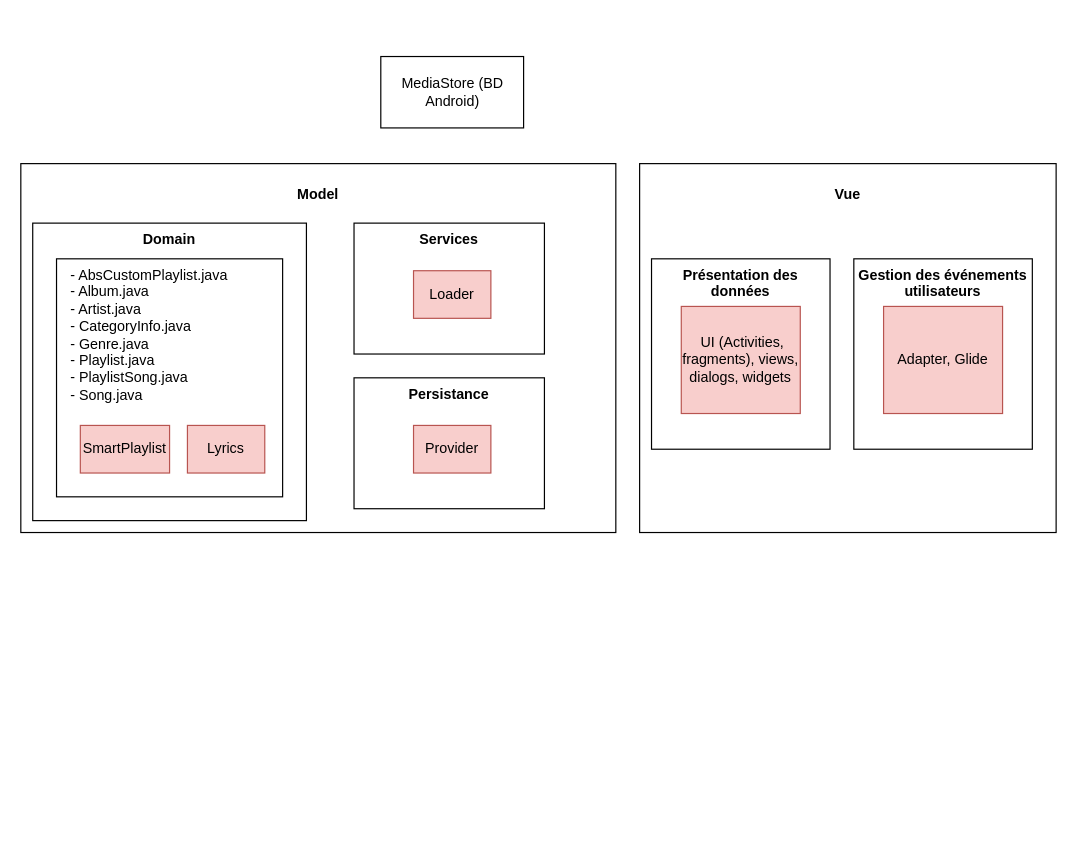
Above: Phonograph_diagram.drawio in ThisHobbit/Phonograph (draw.io), before the change. Source tidied: cells renumbered, new cells numbered last; positions are measured from the earlier drawing's top-left corner, leaving out a move shared by most shapes. Both pictures are drawn from the tidied source at 119%, with x=0, y=0 at pixel (20, 56).
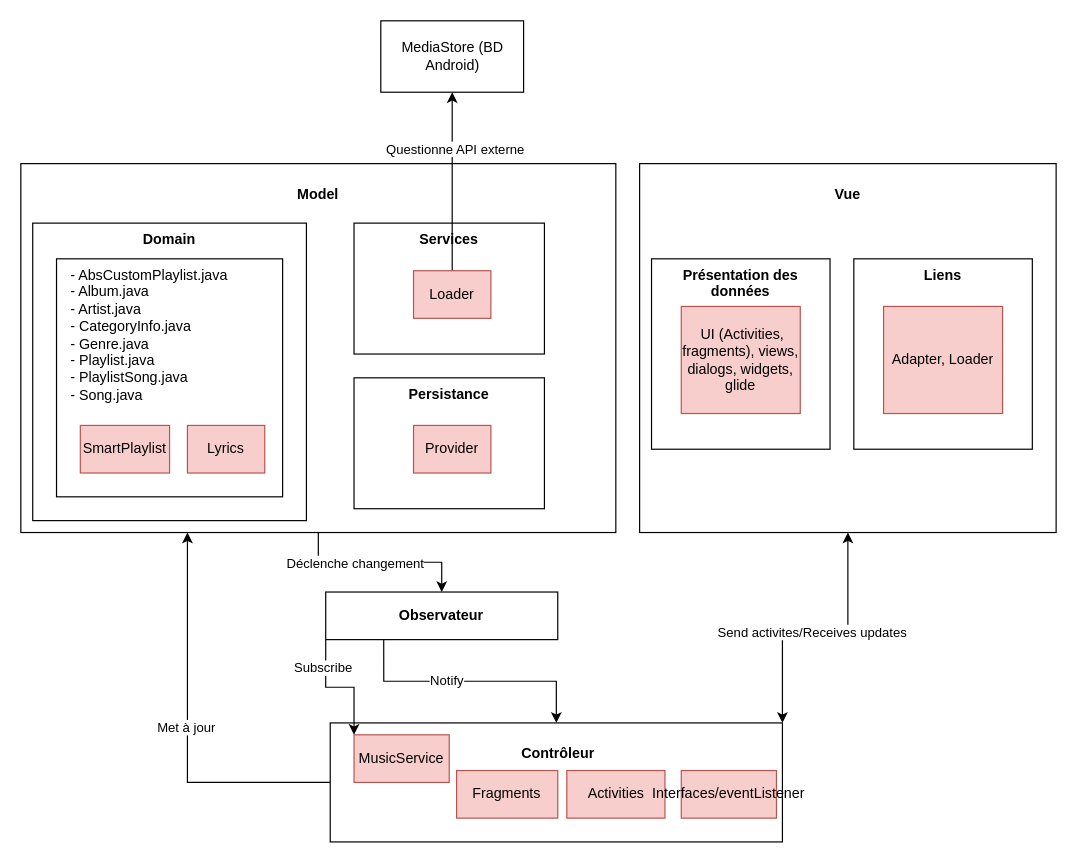
The same diagram, later.

Unchanged cells that the change refers to:
```xml
<mxCell id="2" value="&lt;div&gt;&lt;blockquote&gt;&lt;blockquote&gt;&lt;span style=&quot;color: light-dark(rgb(0, 0, 0), rgb(0, 0, 0));&quot;&gt;Model&lt;/span&gt;&lt;/blockquote&gt;&lt;/blockquote&gt;&lt;/div&gt;" style="rounded=0;whiteSpace=wrap;html=1;fillColor=light-dark(#FFFFFF,#FFE599);gradientColor=none;align=center;verticalAlign=top;fontStyle=1;" parent="1" vertex="1">
  <mxGeometry y="90" width="500" height="310" as="geometry" />
</mxCell>
<mxCell id="9" value="&lt;span style=&quot;color: light-dark(rgb(0, 0, 0), rgb(0, 0, 0));&quot;&gt;Loader&lt;/span&gt;" style="rounded=0;whiteSpace=wrap;html=1;fillColor=light-dark(#F8CECC,#CC99FF);strokeColor=#b85450;" parent="1" vertex="1">
  <mxGeometry x="330" y="180" width="65" height="40" as="geometry" />
</mxCell>
<mxCell id="13" value="&lt;div&gt;&lt;blockquote&gt;&lt;blockquote&gt;&lt;span style=&quot;color: light-dark(rgb(0, 0, 0), rgb(0, 0, 0));&quot;&gt;Vue&lt;/span&gt;&lt;/blockquote&gt;&lt;/blockquote&gt;&lt;/div&gt;" style="rounded=0;whiteSpace=wrap;html=1;fillColor=light-dark(#FFFFFF,#FFE599);gradientColor=none;align=center;verticalAlign=top;fontStyle=1;" parent="1" vertex="1">
  <mxGeometry x="520" y="90" width="350" height="310" as="geometry" />
</mxCell>
```

What changed in the source:
```diff
@@
+    <mxCell id="18" style="edgeStyle=orthogonalEdgeStyle;rounded=0;jettySize=auto;html=1;strokeColor=light-dark(#000000,#33FF33);" parent="1" edge="1" source="2" target="35">
+      <mxGeometry relative="1" as="geometry" />
+    </mxCell>
+    <mxCell id="19" value="Déclenche changement" style="edgeLabel;html=1;align=center;verticalAlign=middle;" parent="18" vertex="1">
+      <mxGeometry x="-0.28" relative="1" as="geometry" />
+    </mxCell>
@@
+    <mxCell id="20" style="edgeStyle=orthogonalEdgeStyle;rounded=0;jettySize=auto;html=1;entryX=0.5;entryY=1;entryDx=0;entryDy=0;" parent="1" edge="1" source="9" target="10">
+      <mxGeometry relative="1" as="geometry" />
+    </mxCell>
+    <mxCell id="21" value="Questionne API externe" style="edgeLabel;html=1;align=center;verticalAlign=middle;" parent="20" vertex="1">
+      <mxGeometry x="0.37" y="-1" relative="1" as="geometry">
+        <mxPoint x="1" as="offset" />
+      </mxGeometry>
+    </mxCell>
@@
     <mxCell id="10" value="MediaStore (BD Android)" style="rounded=0;whiteSpace=wrap;html=1;fillColor=none;" parent="1" vertex="1">
-      <mxGeometry x="302.5" width="120" height="60" as="geometry" />
+      <mxGeometry x="302.5" y="-30" width="120" height="60" as="geometry" />
     </mxCell>
@@
+    <mxCell id="22" style="edgeStyle=orthogonalEdgeStyle;rounded=0;jettySize=auto;html=1;entryX=1;entryY=0;entryDx=0;entryDy=0;strokeColor=light-dark(#000000,#33FF33);startArrow=classic;startFill=1;" parent="1" edge="1" source="13" target="26">
+      <mxGeometry relative="1" as="geometry" />
+    </mxCell>
+    <mxCell id="23" value="Send activites/Receives updates" style="edgeLabel;html=1;align=center;verticalAlign=middle;" parent="22" vertex="1">
+      <mxGeometry x="0.03" y="3" relative="1" as="geometry" />
+    </mxCell>
@@
-    <mxCell id="15" value="&lt;b style=&quot;color: light-dark(rgb(0, 0, 0), rgb(0, 0, 0));&quot;&gt;Gestion des événements utilisateurs&lt;/b&gt;" style="rounded=0;whiteSpace=wrap;html=1;fillColor=light-dark(#FFFFFF,#FFFFFF);strokeColor=light-dark(#000000,#000000);verticalAlign=top;labelBorderColor=none;perimeterSpacing=0;" parent="1" vertex="1">
+    <mxCell id="15" value="&lt;b style=&quot;color: light-dark(rgb(0, 0, 0), rgb(0, 0, 0));&quot;&gt;Liens&lt;/b&gt;" style="rounded=0;whiteSpace=wrap;html=1;fillColor=light-dark(#FFFFFF,#FFFFFF);strokeColor=light-dark(#000000,#000000);verticalAlign=top;labelBorderColor=none;perimeterSpacing=0;" parent="1" vertex="1">
       <mxGeometry x="700" y="170" width="150" height="160" as="geometry" />
     </mxCell>
-    <mxCell id="16" value="&lt;span style=&quot;color: light-dark(rgb(0, 0, 0), rgb(0, 0, 0));&quot;&gt;&amp;nbsp;UI (Activities, fragments), views, dialogs, widgets&lt;/span&gt;" style="rounded=0;whiteSpace=wrap;html=1;fillColor=light-dark(#F8CECC,#CC99FF);strokeColor=#b85450;" parent="1" vertex="1">
+    <mxCell id="16" value="&lt;span style=&quot;color: light-dark(rgb(0, 0, 0), rgb(0, 0, 0));&quot;&gt;&amp;nbsp;UI (Activities, fragments), views, dialogs, widgets, glide&lt;/span&gt;" style="rounded=0;whiteSpace=wrap;html=1;fillColor=light-dark(#F8CECC,#CC99FF);strokeColor=#b85450;" parent="1" vertex="1">
       <mxGeometry x="555" y="210" width="100" height="90" as="geometry" />
     </mxCell>
-    <mxCell id="17" value="&lt;span style=&quot;color: light-dark(rgb(0, 0, 0), rgb(0, 0, 0));&quot;&gt;Adapter, Glide&lt;/span&gt;" style="rounded=0;whiteSpace=wrap;html=1;fillColor=light-dark(#F8CECC,#CC99FF);strokeColor=#b85450;" parent="1" vertex="1">
+    <mxCell id="17" value="&lt;span style=&quot;color: light-dark(rgb(0, 0, 0), rgb(0, 0, 0));&quot;&gt;Adapter, Loader&lt;/span&gt;" style="rounded=0;whiteSpace=wrap;html=1;fillColor=light-dark(#F8CECC,#CC99FF);strokeColor=#b85450;" parent="1" vertex="1">
       <mxGeometry x="725" y="210" width="100" height="90" as="geometry" />
     </mxCell>
+    <mxCell id="24" style="edgeStyle=orthogonalEdgeStyle;rounded=0;jettySize=auto;html=1;" parent="1" edge="1" source="26" target="2">
+      <mxGeometry relative="1" as="geometry">
+        <Array as="points">
+          <mxPoint x="140" y="610" />
+        </Array>
+      </mxGeometry>
+    </mxCell>
+    <mxCell id="25" value="Met à jour" style="edgeLabel;html=1;align=center;verticalAlign=middle;" parent="24" vertex="1">
+      <mxGeometry x="0.01" y="2" relative="1" as="geometry" />
+    </mxCell>
+    <mxCell id="26" value="&lt;div&gt;&lt;blockquote&gt;&lt;blockquote&gt;&lt;span style=&quot;color: light-dark(rgb(0, 0, 0), rgb(0, 0, 0));&quot;&gt;&amp;nbsp;Contrôleur&lt;/span&gt;&lt;/blockquote&gt;&lt;/blockquote&gt;&lt;/div&gt;" style="rounded=0;whiteSpace=wrap;html=1;fillColor=light-dark(#FFFFFF,#FFE599);gradientColor=none;align=center;verticalAlign=top;fontStyle=1;" parent="1" vertex="1">
+      <mxGeometry x="260" y="560" width="380" height="100" as="geometry" />
+    </mxCell>
+    <mxCell id="27" value="&lt;span style=&quot;color: light-dark(rgb(0, 0, 0), rgb(0, 0, 0));&quot;&gt;Activities&lt;/span&gt;" style="rounded=0;whiteSpace=wrap;html=1;fillColor=light-dark(#F8CECC,#CC99FF);strokeColor=#b85450;" parent="1" vertex="1">
+      <mxGeometry x="458.8" y="600" width="82.5" height="40" as="geometry" />
+    </mxCell>
+    <mxCell id="28" value="&lt;span style=&quot;color: light-dark(rgb(0, 0, 0), rgb(0, 0, 0));&quot;&gt;Fragments&lt;/span&gt;" style="rounded=0;whiteSpace=wrap;html=1;fillColor=light-dark(#F8CECC,#CC99FF);strokeColor=#b85450;" parent="1" vertex="1">
+      <mxGeometry x="366.2" y="600" width="85" height="40" as="geometry" />
+    </mxCell>
+    <mxCell id="29" value="&lt;span style=&quot;color: light-dark(rgb(0, 0, 0), rgb(0, 0, 0));&quot;&gt;Interfaces/eventListener&lt;/span&gt;" style="rounded=0;whiteSpace=wrap;html=1;fillColor=light-dark(#F8CECC,#CC99FF);strokeColor=#b85450;" parent="1" vertex="1">
+      <mxGeometry x="555" y="600" width="80" height="40" as="geometry" />
+    </mxCell>
+    <mxCell id="30" value="&lt;span style=&quot;color: light-dark(rgb(0, 0, 0), rgb(0, 0, 0));&quot;&gt;MusicService&lt;/span&gt;" style="rounded=0;whiteSpace=wrap;html=1;fillColor=light-dark(#F8CECC,#CC99FF);strokeColor=#b85450;" parent="1" vertex="1">
+      <mxGeometry x="280" y="570" width="80" height="40" as="geometry" />
+    </mxCell>
+    <mxCell id="31" style="edgeStyle=orthogonalEdgeStyle;rounded=0;jettySize=auto;html=1;exitX=0.25;exitY=1;exitDx=0;exitDy=0;strokeColor=light-dark(#000000,#33FF33);" parent="1" edge="1" source="35" target="26">
+      <mxGeometry relative="1" as="geometry" />
+    </mxCell>
+    <mxCell id="32" value="Notify" style="edgeLabel;html=1;align=center;verticalAlign=middle;" parent="31" vertex="1">
+      <mxGeometry x="-0.18" y="1" relative="1" as="geometry" />
+    </mxCell>
+    <mxCell id="33" style="edgeStyle=orthogonalEdgeStyle;rounded=0;jettySize=auto;html=1;exitX=0;exitY=1;exitDx=0;exitDy=0;entryX=0;entryY=0;entryDx=0;entryDy=0;strokeColor=light-dark(#000000,#33FF33);" parent="1" edge="1" source="35" target="30">
+      <mxGeometry relative="1" as="geometry" />
+    </mxCell>
+    <mxCell id="34" value="Subscribe" style="edgeLabel;html=1;align=center;verticalAlign=middle;" parent="33" vertex="1">
+      <mxGeometry x="-0.56" y="-3" relative="1" as="geometry" />
+    </mxCell>
+    <mxCell id="35" value="&lt;div&gt;&lt;blockquote&gt;&lt;blockquote&gt;&lt;span style=&quot;color: light-dark(rgb(0, 0, 0), rgb(0, 0, 0));&quot;&gt;Observateur&lt;/span&gt;&lt;/blockquote&gt;&lt;/blockquote&gt;&lt;/div&gt;" style="rounded=0;whiteSpace=wrap;html=1;fillColor=light-dark(#FFFFFF,#FFE599);gradientColor=none;align=center;verticalAlign=middle;fontStyle=1;" parent="1" vertex="1">
+      <mxGeometry x="256.2" y="450" width="195" height="40" as="geometry" />
+    </mxCell>
```
